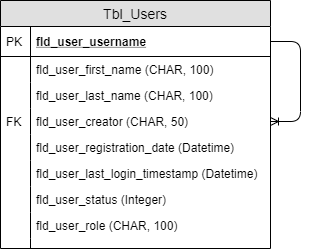
Djsiclait/MiniMarketInventoryManagement keeps this draw.io diagram as documentation/User Entity.png. Above is the earlier version. Source tidied: cells renumbered, new cells last; positions are measured from the earlier drawing's top-left corner, leaving out a move shared by most shapes.
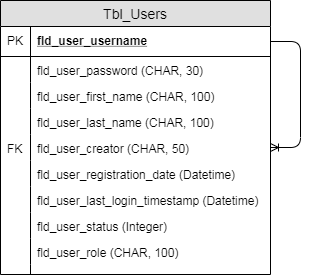
Above is the later version.

Commit message:
Fix user entity diagram to include password

Change to the diagram source:
```diff
@@ -3,7 +3,7 @@
     <mxCell id="0" />
     <mxCell id="1" parent="0" />
     <mxCell id="2" value="Tbl_Users" style="swimlane;fontStyle=0;horizontal=1;startSize=26;fillColor=#e0e0e0;swimlaneFillColor=#ffffff;align=center;fontSize=14;" parent="1" vertex="1">
-      <mxGeometry width="270" height="248" as="geometry" />
+      <mxGeometry width="270" height="274" as="geometry" />
     </mxCell>
     <mxCell id="3" value="fld_user_username" style="shape=partialRectangle;top=0;left=0;right=0;bottom=1;align=left;verticalAlign=middle;fillColor=none;spacingLeft=34;spacingRight=4;overflow=hidden;points=[[0,0.5],[1,0.5]];portConstraint=eastwest;fontStyle=5;fontSize=12;" parent="2" vertex="1">
       <mxGeometry y="26" width="270" height="30" as="geometry" />
@@ -11,56 +11,62 @@
     <mxCell id="4" value="PK" style="shape=partialRectangle;top=0;left=0;bottom=0;fillColor=none;align=left;verticalAlign=middle;spacingLeft=4;spacingRight=4;overflow=hidden;fontSize=12;" parent="3" vertex="1">
       <mxGeometry width="30" height="30" as="geometry" />
     </mxCell>
-    <mxCell id="5" value="fld_user_first_name (CHAR, 100)" style="shape=partialRectangle;top=0;left=0;right=0;bottom=0;align=left;verticalAlign=top;fillColor=none;spacingLeft=34;spacingRight=4;overflow=hidden;fontSize=12;" parent="2" vertex="1">
+    <mxCell id="5" value="fld_user_password (CHAR, 30)" style="shape=partialRectangle;top=0;left=0;right=0;bottom=0;align=left;verticalAlign=top;fillColor=none;spacingLeft=34;spacingRight=4;overflow=hidden;fontSize=12;" parent="2" vertex="1">
       <mxGeometry y="56" width="270" height="26" as="geometry" />
     </mxCell>
     <mxCell id="6" style="shape=partialRectangle;top=0;left=0;bottom=0;fillColor=none;align=left;verticalAlign=top;spacingLeft=4;spacingRight=4;overflow=hidden;fontSize=12;" parent="5" vertex="1">
       <mxGeometry width="30" height="26" as="geometry" />
     </mxCell>
-    <mxCell id="7" value="fld_user_last_name (CHAR, 100)" style="shape=partialRectangle;top=0;left=0;right=0;bottom=0;align=left;verticalAlign=top;fillColor=none;spacingLeft=34;spacingRight=4;overflow=hidden;fontSize=12;" parent="2" vertex="1">
+    <mxCell id="7" value="fld_user_first_name (CHAR, 100)" style="shape=partialRectangle;top=0;left=0;right=0;bottom=0;align=left;verticalAlign=top;fillColor=none;spacingLeft=34;spacingRight=4;overflow=hidden;fontSize=12;" parent="2" vertex="1">
       <mxGeometry y="82" width="270" height="26" as="geometry" />
     </mxCell>
     <mxCell id="8" style="shape=partialRectangle;top=0;left=0;bottom=0;fillColor=none;align=left;verticalAlign=top;spacingLeft=4;spacingRight=4;overflow=hidden;fontSize=12;" parent="7" vertex="1">
       <mxGeometry width="30" height="26" as="geometry" />
     </mxCell>
-    <mxCell id="9" value="fld_user_creator (CHAR, 50)" style="shape=partialRectangle;top=0;left=0;right=0;bottom=0;align=left;verticalAlign=top;fillColor=none;spacingLeft=34;spacingRight=4;overflow=hidden;points=[[0,0.5],[1,0.5]];portConstraint=eastwest;fontSize=12;" parent="2" vertex="1">
+    <mxCell id="9" value="fld_user_last_name (CHAR, 100)" style="shape=partialRectangle;top=0;left=0;right=0;bottom=0;align=left;verticalAlign=top;fillColor=none;spacingLeft=34;spacingRight=4;overflow=hidden;points=[[0,0.5],[1,0.5]];portConstraint=eastwest;fontSize=12;" parent="2" vertex="1">
       <mxGeometry y="108" width="270" height="26" as="geometry" />
     </mxCell>
-    <mxCell id="10" value="FK" style="shape=partialRectangle;top=0;left=0;bottom=0;fillColor=none;align=left;verticalAlign=top;spacingLeft=4;spacingRight=4;overflow=hidden;fontSize=12;" parent="9" vertex="1">
+    <mxCell id="10" style="shape=partialRectangle;top=0;left=0;bottom=0;fillColor=none;align=left;verticalAlign=top;spacingLeft=4;spacingRight=4;overflow=hidden;fontSize=12;" parent="9" vertex="1">
       <mxGeometry width="30" height="26" as="geometry" />
     </mxCell>
-    <mxCell id="11" value="fld_user_registration_date (Datetime)" style="shape=partialRectangle;top=0;left=0;right=0;bottom=0;align=left;verticalAlign=top;fillColor=none;spacingLeft=34;spacingRight=4;overflow=hidden;points=[[0,0.5],[1,0.5]];portConstraint=eastwest;fontSize=12;" parent="2" vertex="1">
+    <mxCell id="11" value="fld_user_creator (CHAR, 50)" style="shape=partialRectangle;top=0;left=0;right=0;bottom=0;align=left;verticalAlign=top;fillColor=none;spacingLeft=34;spacingRight=4;overflow=hidden;points=[[0,0.5],[1,0.5]];portConstraint=eastwest;fontSize=12;" parent="2" vertex="1">
       <mxGeometry y="134" width="270" height="26" as="geometry" />
     </mxCell>
-    <mxCell id="12" style="shape=partialRectangle;top=0;left=0;bottom=0;fillColor=none;align=left;verticalAlign=top;spacingLeft=4;spacingRight=4;overflow=hidden;fontSize=12;" parent="11" vertex="1">
+    <mxCell id="12" value="FK" style="shape=partialRectangle;top=0;left=0;bottom=0;fillColor=none;align=left;verticalAlign=top;spacingLeft=4;spacingRight=4;overflow=hidden;fontSize=12;" parent="11" vertex="1">
       <mxGeometry width="30" height="26" as="geometry" />
     </mxCell>
-    <mxCell id="13" value="fld_user_last_login_timestamp (Datetime)" style="shape=partialRectangle;top=0;left=0;right=0;bottom=0;align=left;verticalAlign=top;fillColor=none;spacingLeft=34;spacingRight=4;overflow=hidden;fontSize=12;" parent="2" vertex="1">
+    <mxCell id="13" value="fld_user_registration_date (Datetime)" style="shape=partialRectangle;top=0;left=0;right=0;bottom=0;align=left;verticalAlign=top;fillColor=none;spacingLeft=34;spacingRight=4;overflow=hidden;fontSize=12;" parent="2" vertex="1">
       <mxGeometry y="160" width="270" height="26" as="geometry" />
     </mxCell>
     <mxCell id="14" style="shape=partialRectangle;top=0;left=0;bottom=0;fillColor=none;align=left;verticalAlign=top;spacingLeft=4;spacingRight=4;overflow=hidden;fontSize=12;" parent="13" vertex="1">
       <mxGeometry width="30" height="26" as="geometry" />
     </mxCell>
-    <mxCell id="15" value="fld_user_status (Integer)" style="shape=partialRectangle;top=0;left=0;right=0;bottom=0;align=left;verticalAlign=top;fillColor=none;spacingLeft=34;spacingRight=4;overflow=hidden;fontSize=12;" parent="2" vertex="1">
+    <mxCell id="15" value="fld_user_last_login_timestamp (Datetime)" style="shape=partialRectangle;top=0;left=0;right=0;bottom=0;align=left;verticalAlign=top;fillColor=none;spacingLeft=34;spacingRight=4;overflow=hidden;fontSize=12;" parent="2" vertex="1">
       <mxGeometry y="186" width="270" height="26" as="geometry" />
     </mxCell>
     <mxCell id="16" style="shape=partialRectangle;top=0;left=0;bottom=0;fillColor=none;align=left;verticalAlign=top;spacingLeft=4;spacingRight=4;overflow=hidden;fontSize=12;" parent="15" vertex="1">
       <mxGeometry width="30" height="26" as="geometry" />
     </mxCell>
-    <mxCell id="17" value="fld_user_role (CHAR, 100)" style="shape=partialRectangle;top=0;left=0;right=0;bottom=0;align=left;verticalAlign=top;fillColor=none;spacingLeft=34;spacingRight=4;overflow=hidden;fontSize=12;" parent="2" vertex="1">
+    <mxCell id="17" value="fld_user_status (Integer)" style="shape=partialRectangle;top=0;left=0;right=0;bottom=0;align=left;verticalAlign=top;fillColor=none;spacingLeft=34;spacingRight=4;overflow=hidden;fontSize=12;" parent="2" vertex="1">
       <mxGeometry y="212" width="270" height="26" as="geometry" />
     </mxCell>
     <mxCell id="18" style="shape=partialRectangle;top=0;left=0;bottom=0;fillColor=none;align=left;verticalAlign=top;spacingLeft=4;spacingRight=4;overflow=hidden;fontSize=12;" parent="17" vertex="1">
       <mxGeometry width="30" height="26" as="geometry" />
     </mxCell>
-    <mxCell id="19" style="shape=partialRectangle;top=0;left=0;right=0;bottom=0;align=left;verticalAlign=top;fillColor=none;spacingLeft=34;spacingRight=4;overflow=hidden;fontSize=12;" parent="2" vertex="1">
-      <mxGeometry y="238" width="270" height="10" as="geometry" />
+    <mxCell id="19" value="fld_user_role (CHAR, 100)" style="shape=partialRectangle;top=0;left=0;right=0;bottom=0;align=left;verticalAlign=top;fillColor=none;spacingLeft=34;spacingRight=4;overflow=hidden;fontSize=12;" parent="2" vertex="1">
+      <mxGeometry y="238" width="270" height="26" as="geometry" />
     </mxCell>
     <mxCell id="20" style="shape=partialRectangle;top=0;left=0;bottom=0;fillColor=none;align=left;verticalAlign=top;spacingLeft=4;spacingRight=4;overflow=hidden;fontSize=12;" parent="19" vertex="1">
-      <mxGeometry width="30" height="10" as="geometry" />
+      <mxGeometry width="30" height="26" as="geometry" />
     </mxCell>
-    <mxCell id="21" style="edgeStyle=entityRelationEdgeStyle;fontSize=12;html=1;endArrow=ERoneToMany;" parent="2" edge="1" source="3" target="9">
-      <mxGeometry relative="1" as="geometry" />
+    <mxCell id="21" style="shape=partialRectangle;top=0;left=0;right=0;bottom=0;align=left;verticalAlign=top;fillColor=none;spacingLeft=34;spacingRight=4;overflow=hidden;fontSize=12;" parent="2" vertex="1">
+      <mxGeometry y="264" width="270" height="10" as="geometry" />
     </mxCell>
+    <mxCell id="22" style="shape=partialRectangle;top=0;left=0;bottom=0;fillColor=none;align=left;verticalAlign=top;spacingLeft=4;spacingRight=4;overflow=hidden;fontSize=12;" parent="21" vertex="1">
+      <mxGeometry width="30" height="10" as="geometry" />
+    </mxCell>
+    <mxCell id="23" style="edgeStyle=entityRelationEdgeStyle;fontSize=12;html=1;endArrow=ERoneToMany;" parent="2" edge="1" source="3" target="11">
+      <mxGeometry relative="1" as="geometry" />
+    </mxCell>
   </root>
 </mxGraphModel>
```
